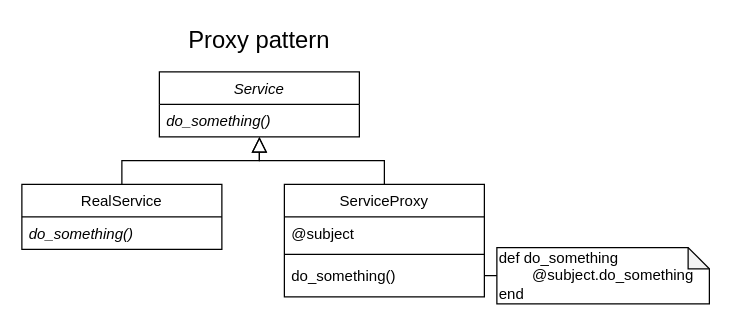
Earlier version of the draw.io diagram proxy.drawio (andriimokii/design-patterns). Source tidied: cells renumbered, new cells numbered last; positions are measured from the earlier drawing's top-left corner, leaving out a move shared by most shapes. Both pictures are drawn from the tidied source at 125%, with x=0, y=0 at pixel (21, 21).
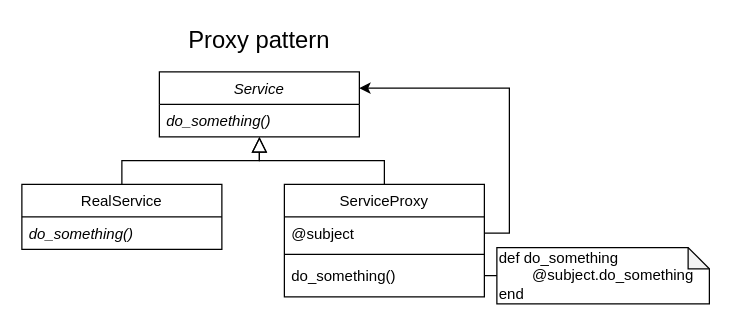
The same diagram, later.

Diff of the diagram source:
```diff
@@
 <mxGraphModel>
   <root>
     <mxCell id="0" />
     <mxCell id="1" parent="0" />
     <mxCell id="2" value="Service" style="swimlane;fontStyle=2;align=center;verticalAlign=top;horizontal=1;startSize=26;rounded=0;shadow=0;strokeWidth=1;" parent="1" vertex="1">
       <mxGeometry x="110" y="40" width="160" height="52" as="geometry" />
     </mxCell>
     <mxCell id="3" value="do_something()" style="text;align=left;verticalAlign=top;spacingLeft=4;spacingRight=4;overflow=hidden;fontStyle=2;" parent="2" vertex="1">
       <mxGeometry y="26" width="160" height="26" as="geometry" />
     </mxCell>
     <mxCell id="4" value="RealService" style="swimlane;fontStyle=0;align=center;verticalAlign=top;horizontal=1;startSize=26;rounded=0;shadow=0;strokeWidth=1;" parent="1" vertex="1">
       <mxGeometry y="130" width="160" height="52" as="geometry" />
     </mxCell>
     <mxCell id="5" value="do_something()" style="text;align=left;verticalAlign=top;spacingLeft=4;spacingRight=4;overflow=hidden;fontStyle=2;" parent="4" vertex="1">
       <mxGeometry y="26" width="160" height="26" as="geometry" />
     </mxCell>
     <mxCell id="6" style="endArrow=block;endSize=10;endFill=0;shadow=0;strokeWidth=1;rounded=0;edgeStyle=elbowEdgeStyle;elbow=vertical;" parent="1" edge="1" source="4" target="2">
       <mxGeometry relative="1" as="geometry" />
     </mxCell>
     <mxCell id="7" value="ServiceProxy" style="swimlane;fontStyle=0;align=center;verticalAlign=top;horizontal=1;startSize=26;rounded=0;shadow=0;strokeWidth=1;" parent="1" vertex="1">
       <mxGeometry x="210" y="130" width="160" height="90" as="geometry" />
     </mxCell>
     <mxCell id="8" value="@subject" style="text;align=left;verticalAlign=top;spacingLeft=4;spacingRight=4;overflow=hidden;points=[[0,0.5],[1,0.5]];portConstraint=eastwest;" parent="7" vertex="1">
       <mxGeometry y="26" width="160" height="26" as="geometry" />
     </mxCell>
     <mxCell id="9" style="line;html=1;strokeWidth=1;align=left;verticalAlign=middle;spacingTop=-1;spacingLeft=3;spacingRight=3;labelPosition=right;" parent="7" vertex="1">
       <mxGeometry y="52" width="160" height="8" as="geometry" />
     </mxCell>
     <mxCell id="10" value="do_something()" style="text;align=left;verticalAlign=top;spacingLeft=4;spacingRight=4;overflow=hidden;points=[[0,0.5],[1,0.5]];portConstraint=eastwest;" parent="7" vertex="1">
       <mxGeometry y="60" width="160" height="26" as="geometry" />
     </mxCell>
     <mxCell id="11" style="endArrow=block;endSize=10;endFill=0;shadow=0;strokeWidth=1;rounded=0;edgeStyle=elbowEdgeStyle;elbow=vertical;" parent="1" edge="1" source="7" target="2">
       <mxGeometry relative="1" as="geometry" />
     </mxCell>
     <mxCell id="12" value="def do_something&lt;br&gt;&lt;span style=&quot;white-space: pre;&quot;&gt;&#9;&lt;/span&gt;@subject.do_something&lt;br&gt;end" style="shape=note;whiteSpace=wrap;html=1;backgroundOutline=1;darkOpacity=0.05;fillColor=none;align=left;size=17;" parent="1" vertex="1">
       <mxGeometry x="380" y="180.5" width="170" height="45" as="geometry" />
     </mxCell>
     <mxCell id="13" style="endArrow=none;html=1;rounded=0;entryX=0;entryY=0.5;entryDx=0;entryDy=0;entryPerimeter=0;" parent="1" edge="1" source="10" target="12">
       <mxGeometry relative="1" as="geometry" />
     </mxCell>
     <mxCell id="14" value="Proxy pattern" style="text;html=1;strokeColor=none;fillColor=none;align=center;verticalAlign=middle;whiteSpace=wrap;rounded=0;fontSize=19;" parent="1" vertex="1">
       <mxGeometry x="125" width="130" height="30" as="geometry" />
     </mxCell>
+    <mxCell id="15" style="edgeStyle=orthogonalEdgeStyle;rounded=0;jettySize=auto;html=1;exitX=1;exitY=0.5;exitDx=0;exitDy=0;entryX=1;entryY=0.25;entryDx=0;entryDy=0;" parent="1" edge="1" source="8" target="2">
+      <mxGeometry relative="1" as="geometry" />
+    </mxCell>
   </root>
 </mxGraphModel>
```
